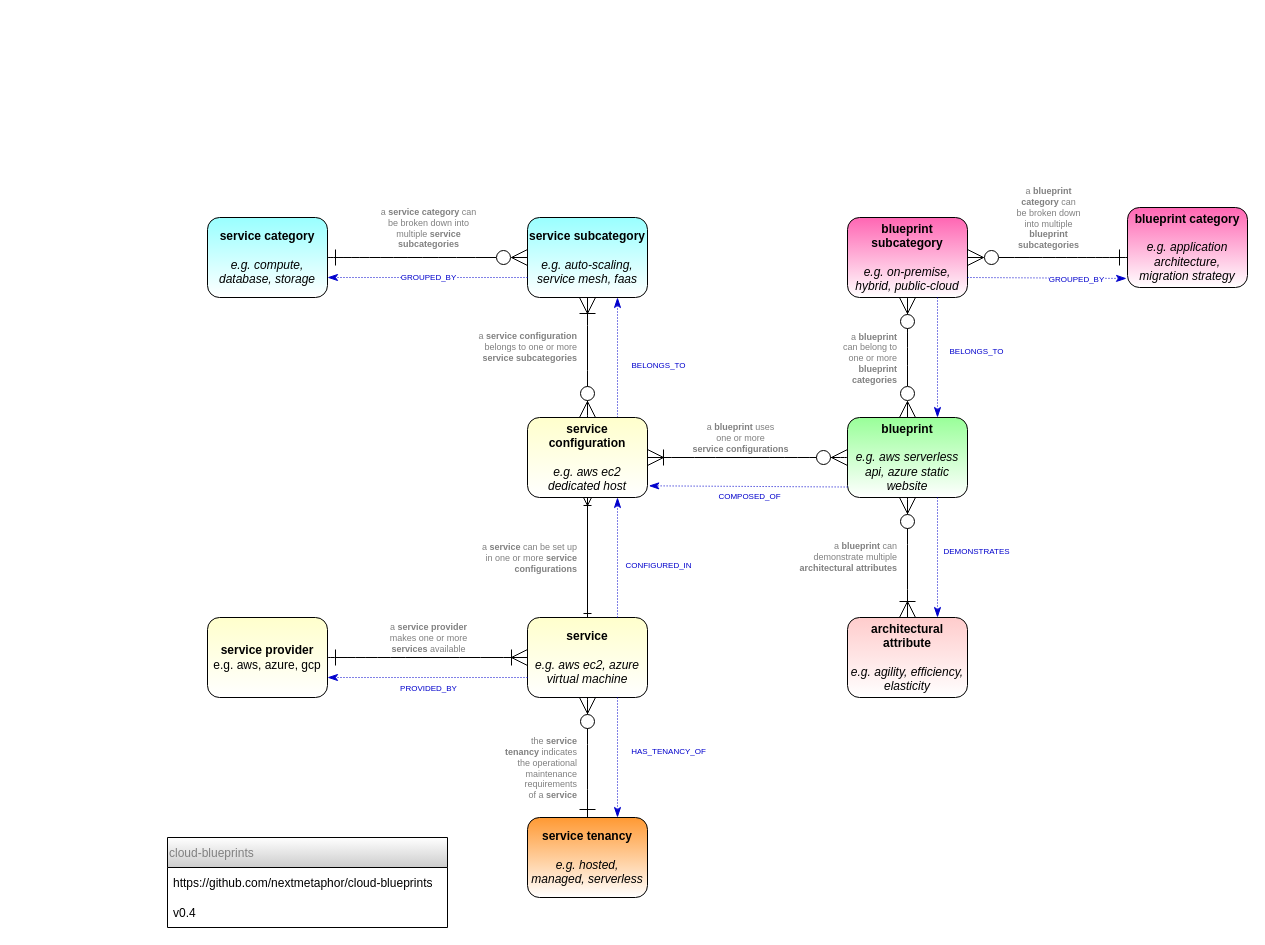
nextmetaphor/cloud-blueprints keeps this draw.io diagram as cloud-blueprints.drawio. Above is the earlier version. Source tidied: cells renumbered, new cells numbered last; positions are measured from the earlier drawing's top-left corner, leaving out a move shared by most shapes. Both pictures are drawn from the tidied source at 100%, with x=0, y=0 at pixel (167, 207).
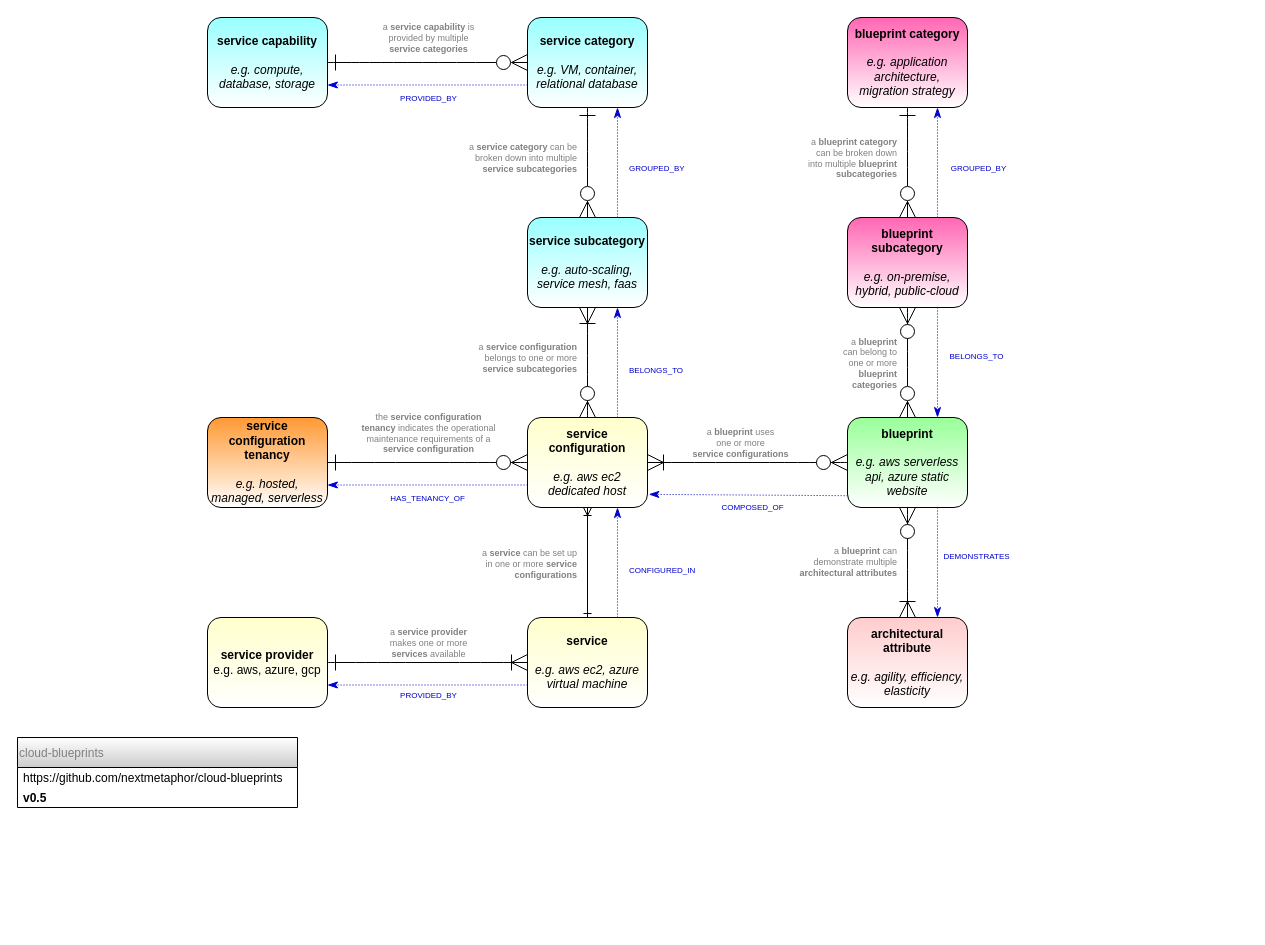
The same diagram, later.

Commit message (it also covers changes not shown here):
addition of service capability concept

Unchanged cells that the change refers to:
```xml
<mxCell id="10" style="edgeStyle=none;curved=1;rounded=0;jettySize=auto;html=1;exitX=0.5;exitY=0;exitDx=0;exitDy=0;entryX=0.5;entryY=1;entryDx=0;entryDy=0;startArrow=ERzeroToMany;startFill=1;endArrow=ERoneToMany;endFill=0;startSize=14;endSize=14;sourcePerimeterSpacing=8;targetPerimeterSpacing=8;strokeColor=default;" parent="1" edge="1" source="48" target="6">
  <mxGeometry relative="1" as="geometry" />
</mxCell>
<mxCell id="36" style="endArrow=classicThin;html=1;startSize=14;endSize=8;sourcePerimeterSpacing=8;targetPerimeterSpacing=8;endFill=1;strokeColor=#0000CC;dashed=1;dashPattern=1 2;entryX=1.011;entryY=0.854;entryDx=0;entryDy=0;entryPerimeter=0;exitX=0.001;exitY=0.869;exitDx=0;exitDy=0;exitPerimeter=0;" parent="1" edge="1" source="21" target="48">
  <mxGeometry relative="1" as="geometry" />
</mxCell>
<mxCell id="38" style="endArrow=classicThin;html=1;startSize=14;endSize=8;sourcePerimeterSpacing=8;targetPerimeterSpacing=8;endFill=1;strokeColor=#0000CC;dashed=1;dashPattern=1 2;entryX=0.75;entryY=1;entryDx=0;entryDy=0;exitX=0.75;exitY=0;exitDx=0;exitDy=0;" parent="1" edge="1" source="48" target="6">
  <mxGeometry relative="1" as="geometry" />
</mxCell>
<mxCell id="49" style="endArrow=classicThin;html=1;startSize=14;endSize=8;sourcePerimeterSpacing=8;targetPerimeterSpacing=8;endFill=1;strokeColor=#0000CC;dashed=1;dashPattern=1 2;entryX=0.75;entryY=1;entryDx=0;entryDy=0;exitX=0.75;exitY=0;exitDx=0;exitDy=0;" parent="1" edge="1" source="16" target="48">
  <mxGeometry relative="1" as="geometry" />
</mxCell>
```

Diff of the diagram source:
```diff
@@
     <mxCell id="2" value="&lt;b&gt;architectural attribute&lt;/b&gt;&lt;br&gt;&lt;br&gt;&lt;i&gt;e.g. agility, efficiency, elasticity&lt;/i&gt;" style="rounded=1;whiteSpace=wrap;html=1;hachureGap=4;gradientDirection=north;gradientColor=#FFCCCC;" parent="1" vertex="1">
-      <mxGeometry x="680" y="410" width="120" height="80" as="geometry" />
+      <mxGeometry x="680" y="410" width="120" height="90" as="geometry" />
     </mxCell>
-    <mxCell id="3" style="edgeStyle=none;curved=1;rounded=0;jettySize=auto;html=1;exitX=1;exitY=0.5;exitDx=0;exitDy=0;entryX=0;entryY=0.5;entryDx=0;entryDy=0;endArrow=ERzeroToMany;startSize=14;endSize=14;sourcePerimeterSpacing=8;targetPerimeterSpacing=8;strokeColor=default;endFill=0;startArrow=ERone;startFill=0;" parent="1" edge="1" source="5" target="6">
+    <mxCell id="3" style="edgeStyle=none;curved=1;rounded=0;jettySize=auto;html=1;exitX=0.5;exitY=1;exitDx=0;exitDy=0;entryX=0.5;entryY=0;entryDx=0;entryDy=0;endArrow=ERzeroToMany;startSize=14;endSize=14;sourcePerimeterSpacing=8;targetPerimeterSpacing=8;strokeColor=default;endFill=0;startArrow=ERone;startFill=0;" parent="1" edge="1" source="5" target="6">
       <mxGeometry relative="1" as="geometry" />
     </mxCell>
-    <mxCell id="4" value="&lt;span style=&quot;font-size: 9px&quot;&gt;a &lt;b style=&quot;font-size: 9px&quot;&gt;service&amp;nbsp;&lt;/b&gt;&lt;/span&gt;&lt;span style=&quot;font-size: 9px&quot;&gt;&lt;b style=&quot;font-size: 9px&quot;&gt;category&amp;nbsp;&lt;/b&gt;&lt;/span&gt;&lt;span style=&quot;font-size: 9px&quot;&gt;can&lt;br&gt;&lt;/span&gt;&lt;span style=&quot;font-size: 9px&quot;&gt;be broken down&amp;nbsp;&lt;/span&gt;&lt;span style=&quot;font-size: 9px&quot;&gt;into&lt;br&gt;multiple&amp;nbsp;&lt;/span&gt;&lt;b style=&quot;font-size: 9px&quot;&gt;service&lt;br&gt;subcategories&lt;/b&gt;" style="edgeLabel;html=1;align=center;verticalAlign=middle;fontColor=#808080;fontSize=9;" parent="3" vertex="1">
+    <mxCell id="4" value="&lt;span style=&quot;font-size: 9px&quot;&gt;a &lt;b style=&quot;font-size: 9px&quot;&gt;service&amp;nbsp;&lt;/b&gt;&lt;/span&gt;&lt;span style=&quot;font-size: 9px&quot;&gt;&lt;b style=&quot;font-size: 9px&quot;&gt;category&amp;nbsp;&lt;/b&gt;&lt;/span&gt;&lt;span style=&quot;font-size: 9px&quot;&gt;can&amp;nbsp;&lt;/span&gt;&lt;span style=&quot;font-size: 9px&quot;&gt;be&lt;br&gt;broken down&amp;nbsp;&lt;/span&gt;&lt;span style=&quot;font-size: 9px&quot;&gt;into multiple&lt;br&gt;&lt;/span&gt;&lt;b style=&quot;font-size: 9px&quot;&gt;service subcategories&lt;/b&gt;" style="edgeLabel;html=1;align=right;verticalAlign=middle;fontColor=#808080;fontSize=9;" parent="3" vertex="1">
       <mxGeometry x="0.01" relative="1" as="geometry">
-        <mxPoint x="-1" y="-30" as="offset" />
+        <mxPoint x="-10" y="-6" as="offset" />
       </mxGeometry>
     </mxCell>
-    <mxCell id="5" value="&lt;b&gt;service category&lt;br&gt;&lt;/b&gt;&lt;br&gt;&lt;i&gt;e.g. compute, database, storage&lt;/i&gt;" style="rounded=1;whiteSpace=wrap;html=1;hachureGap=4;gradientDirection=north;gradientColor=#99FFFF;" parent="1" vertex="1">
-      <mxGeometry x="40" y="10" width="120" height="80" as="geometry" />
+    <mxCell id="5" value="&lt;b&gt;service category&lt;br&gt;&lt;/b&gt;&lt;br&gt;&lt;i&gt;e.g. VM, container, relational database&lt;/i&gt;" style="rounded=1;whiteSpace=wrap;html=1;hachureGap=4;gradientDirection=north;gradientColor=#99FFFF;" parent="1" vertex="1">
+      <mxGeometry x="360" y="-190" width="120" height="90" as="geometry" />
     </mxCell>
     <mxCell id="6" value="&lt;b&gt;service subcategory&lt;br&gt;&lt;/b&gt;&lt;br&gt;&lt;i&gt;e.g. auto-scaling, service mesh, faas&lt;/i&gt;" style="rounded=1;whiteSpace=wrap;html=1;hachureGap=4;gradientDirection=north;gradientColor=#99FFFF;" parent="1" vertex="1">
-      <mxGeometry x="360" y="10" width="120" height="80" as="geometry" />
+      <mxGeometry x="360" y="10" width="120" height="90" as="geometry" />
     </mxCell>
@@
     <mxCell id="9" value="&lt;b&gt;service provider&lt;/b&gt;&lt;br&gt;e.g. aws, azure, gcp" style="rounded=1;whiteSpace=wrap;html=1;hachureGap=4;gradientDirection=north;gradientColor=#FFFFCC;" parent="1" vertex="1">
-      <mxGeometry x="40" y="410" width="120" height="80" as="geometry" />
+      <mxGeometry x="40" y="410" width="120" height="90" as="geometry" />
     </mxCell>
@@
     <mxCell id="11" value="&lt;span style=&quot;font-size: 9px&quot;&gt;a&amp;nbsp;&lt;/span&gt;&lt;b style=&quot;font-size: 9px&quot;&gt;service configuration&lt;br&gt;&lt;/b&gt;&lt;span style=&quot;font-size: 9px&quot;&gt;belongs&amp;nbsp;&lt;/span&gt;&lt;span style=&quot;font-size: 9px&quot;&gt;to one or more&lt;/span&gt;&lt;br style=&quot;font-size: 9px&quot;&gt;&lt;b style=&quot;font-size: 9px&quot;&gt;service subcategories&lt;/b&gt;" style="edgeLabel;html=1;align=right;verticalAlign=middle;fontColor=#808080;fontSize=9;" parent="10" vertex="1">
       <mxGeometry x="-0.09" relative="1" as="geometry">
-        <mxPoint x="-10" y="-16" as="offset" />
+        <mxPoint x="-10" y="-10" as="offset" />
       </mxGeometry>
     </mxCell>
-    <mxCell id="12" style="edgeStyle=none;curved=1;rounded=0;jettySize=auto;html=1;exitX=0.5;exitY=1;exitDx=0;exitDy=0;entryX=0.5;entryY=0;entryDx=0;entryDy=0;endArrow=ERone;endFill=0;startSize=14;endSize=14;sourcePerimeterSpacing=8;targetPerimeterSpacing=8;startArrow=ERzeroToMany;startFill=1;" parent="1" edge="1" source="16" target="31">
+    <mxCell id="12" style="edgeStyle=none;curved=1;rounded=0;jettySize=auto;html=1;exitX=0;exitY=0.5;exitDx=0;exitDy=0;entryX=1;entryY=0.5;entryDx=0;entryDy=0;endArrow=ERone;endFill=0;startSize=14;endSize=14;sourcePerimeterSpacing=8;targetPerimeterSpacing=8;startArrow=ERzeroToMany;startFill=1;" parent="1" edge="1" source="48" target="31">
       <mxGeometry relative="1" as="geometry" />
     </mxCell>
-    <mxCell id="13" value="&lt;span style=&quot;color: rgb(128 , 128 , 128) ; font-size: 9px&quot;&gt;the&amp;nbsp;&lt;b style=&quot;font-size: 9px&quot;&gt;service&lt;br&gt;&lt;/b&gt;&lt;/span&gt;&lt;b style=&quot;color: rgb(128 , 128 , 128) ; font-size: 9px&quot;&gt;tenancy&amp;nbsp;&lt;/b&gt;&lt;span style=&quot;color: rgb(128 , 128 , 128) ; font-size: 9px&quot;&gt;indicates&lt;br&gt;the operational&lt;br&gt;maintenance&lt;br&gt;requirements&lt;br style=&quot;font-size: 9px&quot;&gt;&lt;/span&gt;&lt;span style=&quot;color: rgb(128 , 128 , 128) ; font-size: 9px&quot;&gt;of a &lt;/span&gt;&lt;b style=&quot;color: rgb(128 , 128 , 128) ; font-size: 9px&quot;&gt;service&lt;/b&gt;" style="edgeLabel;html=1;align=right;verticalAlign=middle;fontSize=9;" parent="12" vertex="1">
+    <mxCell id="13" value="&lt;span style=&quot;color: rgb(128 , 128 , 128) ; font-size: 9px&quot;&gt;the &lt;b&gt;service configuration&lt;br&gt;&lt;/b&gt;&lt;/span&gt;&lt;span style=&quot;color: rgb(128 , 128 , 128) ; font-size: 9px&quot;&gt;&lt;b&gt;tenancy&amp;nbsp;&lt;/b&gt;&lt;/span&gt;&lt;span style=&quot;color: rgb(128 , 128 , 128) ; font-size: 9px&quot;&gt;indicates the operational&lt;br&gt;maintenance requirements&amp;nbsp;&lt;/span&gt;&lt;span style=&quot;color: rgb(128 , 128 , 128) ; font-size: 9px&quot;&gt;of a&lt;br&gt;&lt;/span&gt;&lt;b style=&quot;color: rgb(128 , 128 , 128) ; font-size: 9px&quot;&gt;service configuration&lt;/b&gt;" style="edgeLabel;html=1;align=center;verticalAlign=middle;fontSize=9;" parent="12" vertex="1">
       <mxGeometry x="0.29" y="1" relative="1" as="geometry">
-        <mxPoint x="-11" y="-7" as="offset" />
+        <mxPoint x="29" y="-31" as="offset" />
       </mxGeometry>
     </mxCell>
@@
     <mxCell id="16" value="&lt;b&gt;service&lt;/b&gt;&lt;br&gt;&lt;br&gt;&lt;i&gt;e.g. aws ec2, azure virtual machine&lt;/i&gt;" style="rounded=1;whiteSpace=wrap;html=1;hachureGap=4;gradientDirection=north;gradientColor=#FFFFCC;" parent="1" vertex="1">
-      <mxGeometry x="360" y="410" width="120" height="80" as="geometry" />
+      <mxGeometry x="360" y="410" width="120" height="90" as="geometry" />
     </mxCell>
@@
     <mxCell id="21" value="&lt;b&gt;blueprint&lt;/b&gt;&lt;br&gt;&lt;br&gt;&lt;i&gt;e.g. aws serverless api, azure static website&lt;/i&gt;" style="rounded=1;whiteSpace=wrap;html=1;hachureGap=4;gradientDirection=north;gradientColor=#99FF99;" parent="1" vertex="1">
-      <mxGeometry x="680" y="210" width="120" height="80" as="geometry" />
+      <mxGeometry x="680" y="210" width="120" height="90" as="geometry" />
     </mxCell>
     <mxCell id="22" value="cloud-blueprints" style="swimlane;fontStyle=0;horizontal=1;startSize=30;hachureGap=4;fontColor=#808080;gradientDirection=south;align=left;gradientColor=#CCCCCC;" parent="1" vertex="1">
-      <mxGeometry y="630" width="280" height="90" as="geometry" />
+      <mxGeometry x="-150" y="530" width="280" height="70" as="geometry" />
     </mxCell>
     <mxCell id="23" value="https://github.com/nextmetaphor/cloud-blueprints" style="text;strokeColor=none;fillColor=none;align=left;verticalAlign=middle;spacingLeft=4;spacingRight=4;overflow=hidden;fontStyle=0;" parent="22" vertex="1">
-      <mxGeometry y="30" width="280" height="30" as="geometry" />
+      <mxGeometry y="30" width="280" height="20" as="geometry" />
     </mxCell>
-    <mxCell id="24" value="v0.4" style="text;strokeColor=none;fillColor=none;align=left;verticalAlign=middle;spacingLeft=4;spacingRight=4;overflow=hidden;" parent="22" vertex="1">
-      <mxGeometry y="60" width="280" height="30" as="geometry" />
+    <mxCell id="24" value="v0.5" style="text;strokeColor=none;fillColor=none;align=left;verticalAlign=middle;spacingLeft=4;spacingRight=4;overflow=hidden;fontStyle=1;" parent="22" vertex="1">
+      <mxGeometry y="50" width="280" height="20" as="geometry" />
     </mxCell>
-    <mxCell id="25" style="edgeStyle=none;curved=1;rounded=0;jettySize=auto;html=1;exitX=0;exitY=0.625;exitDx=0;exitDy=0;entryX=1;entryY=0.5;entryDx=0;entryDy=0;endArrow=ERzeroToMany;startSize=14;endSize=14;sourcePerimeterSpacing=8;targetPerimeterSpacing=8;endFill=0;startArrow=ERone;startFill=0;exitPerimeter=0;" parent="1" edge="1" source="27" target="30">
+    <mxCell id="25" style="edgeStyle=none;curved=1;rounded=0;jettySize=auto;html=1;exitX=0.5;exitY=1;exitDx=0;exitDy=0;entryX=0.5;entryY=0;entryDx=0;entryDy=0;endArrow=ERzeroToMany;startSize=14;endSize=14;sourcePerimeterSpacing=8;targetPerimeterSpacing=8;endFill=0;startArrow=ERone;startFill=0;" parent="1" edge="1" source="27" target="30">
       <mxGeometry relative="1" as="geometry" />
     </mxCell>
-    <mxCell id="26" value="&lt;span style=&quot;color: rgb(128 , 128 , 128) ; font-size: 9px&quot;&gt;a&amp;nbsp;&lt;b style=&quot;font-size: 9px&quot;&gt;blueprint&lt;br style=&quot;font-size: 9px&quot;&gt;&lt;/b&gt;&lt;/span&gt;&lt;span style=&quot;color: rgb(128 , 128 , 128) ; font-size: 9px&quot;&gt;&lt;b style=&quot;font-size: 9px&quot;&gt;category&amp;nbsp;&lt;/b&gt;&lt;/span&gt;&lt;span style=&quot;color: rgb(128 , 128 , 128) ; font-size: 9px&quot;&gt;can&lt;br style=&quot;font-size: 9px&quot;&gt;&lt;/span&gt;&lt;span style=&quot;color: rgb(128 , 128 , 128) ; font-size: 9px&quot;&gt;be broken down&lt;br style=&quot;font-size: 9px&quot;&gt;&lt;/span&gt;&lt;span style=&quot;color: rgb(128 , 128 , 128) ; font-size: 9px&quot;&gt;into multiple&lt;br style=&quot;font-size: 9px&quot;&gt;&lt;/span&gt;&lt;b style=&quot;color: rgb(128 , 128 , 128) ; font-size: 9px&quot;&gt;blueprint&lt;br style=&quot;font-size: 9px&quot;&gt;subcategories&lt;/b&gt;" style="edgeLabel;html=1;align=center;verticalAlign=middle;fontSize=9;" parent="25" vertex="1">
+    <mxCell id="26" value="&lt;span style=&quot;color: rgb(128 , 128 , 128) ; font-size: 9px&quot;&gt;a&amp;nbsp;&lt;b style=&quot;font-size: 9px&quot;&gt;blueprint&amp;nbsp;&lt;/b&gt;&lt;/span&gt;&lt;span style=&quot;color: rgb(128 , 128 , 128) ; font-size: 9px&quot;&gt;&lt;span style=&quot;font-size: 9px&quot;&gt;&lt;b&gt;category&lt;br&gt;&lt;/b&gt;&lt;/span&gt;&lt;/span&gt;&lt;span style=&quot;color: rgb(128 , 128 , 128) ; font-size: 9px&quot;&gt;can&amp;nbsp;&lt;/span&gt;&lt;span style=&quot;color: rgb(128 , 128 , 128) ; font-size: 9px&quot;&gt;be broken down&lt;br style=&quot;font-size: 9px&quot;&gt;&lt;/span&gt;&lt;span style=&quot;color: rgb(128 , 128 , 128) ; font-size: 9px&quot;&gt;into multiple&amp;nbsp;&lt;/span&gt;&lt;b style=&quot;color: rgb(128 , 128 , 128) ; font-size: 9px&quot;&gt;blueprint&lt;br style=&quot;font-size: 9px&quot;&gt;subcategories&lt;/b&gt;" style="edgeLabel;html=1;align=right;verticalAlign=middle;fontSize=9;" parent="25" vertex="1">
       <mxGeometry x="-0.16" y="1" relative="1" as="geometry">
-        <mxPoint x="-13" y="-41" as="offset" />
+        <mxPoint x="-11" y="4" as="offset" />
       </mxGeometry>
     </mxCell>
     <mxCell id="27" value="&lt;b&gt;blueprint category&lt;br&gt;&lt;/b&gt;&lt;br&gt;&lt;i&gt;e.g. application architecture, migration strategy&lt;/i&gt;" style="rounded=1;whiteSpace=wrap;html=1;hachureGap=4;gradientDirection=north;gradientColor=#FF66B3;" parent="1" vertex="1">
-      <mxGeometry x="960" width="120" height="80" as="geometry" />
+      <mxGeometry x="680" y="-190" width="120" height="90" as="geometry" />
     </mxCell>
@@
     <mxCell id="30" value="&lt;b&gt;blueprint subcategory&lt;br&gt;&lt;/b&gt;&lt;br&gt;&lt;i&gt;e.g. on-premise, hybrid, public-cloud&lt;/i&gt;" style="rounded=1;whiteSpace=wrap;html=1;hachureGap=4;gradientDirection=north;gradientColor=#FF66B3;" parent="1" vertex="1">
-      <mxGeometry x="680" y="10" width="120" height="80" as="geometry" />
+      <mxGeometry x="680" y="10" width="120" height="90" as="geometry" />
     </mxCell>
-    <mxCell id="31" value="&lt;b&gt;service tenancy&lt;/b&gt;&lt;br&gt;&lt;br&gt;&lt;i&gt;e.g. hosted, managed, serverless&lt;/i&gt;" style="rounded=1;whiteSpace=wrap;html=1;hachureGap=4;gradientDirection=north;gradientColor=#FF9933;" parent="1" vertex="1">
-      <mxGeometry x="360" y="610" width="120" height="80" as="geometry" />
+    <mxCell id="31" value="&lt;b&gt;service configuration tenancy&lt;/b&gt;&lt;br&gt;&lt;br&gt;&lt;i&gt;e.g. hosted, managed, serverless&lt;/i&gt;" style="rounded=1;whiteSpace=wrap;html=1;hachureGap=4;gradientDirection=north;gradientColor=#FF9933;" parent="1" vertex="1">
+      <mxGeometry x="40" y="210" width="120" height="90" as="geometry" />
     </mxCell>
-    <mxCell id="32" style="endArrow=classicThin;html=1;startSize=14;endSize=8;sourcePerimeterSpacing=8;targetPerimeterSpacing=8;endFill=1;strokeColor=#0000CC;dashed=1;dashPattern=1 2;entryX=-0.008;entryY=0.887;entryDx=0;entryDy=0;entryPerimeter=0;exitX=1;exitY=0.75;exitDx=0;exitDy=0;" parent="1" edge="1" source="30" target="27">
+    <mxCell id="32" style="endArrow=classicThin;html=1;startSize=14;endSize=8;sourcePerimeterSpacing=8;targetPerimeterSpacing=8;endFill=1;strokeColor=#0000CC;dashed=1;dashPattern=1 2;entryX=0.75;entryY=1;entryDx=0;entryDy=0;exitX=0.75;exitY=0;exitDx=0;exitDy=0;" parent="1" edge="1" source="30" target="27">
       <mxGeometry relative="1" as="geometry" />
     </mxCell>
     <mxCell id="33" value="GROUPED_BY" style="edgeLabel;html=1;align=center;verticalAlign=middle;fontSize=8;fontColor=#0000CC;" parent="32" vertex="1">
       <mxGeometry x="-0.12" y="-1" relative="1" as="geometry">
-        <mxPoint x="39" as="offset" />
+        <mxPoint x="39" y="-2" as="offset" />
       </mxGeometry>
     </mxCell>
@@
     <mxCell id="37" value="COMPOSED_OF" style="edgeLabel;html=1;align=center;verticalAlign=middle;fontSize=8;fontColor=#0000CC;" parent="36" vertex="1">
       <mxGeometry x="-0.12" y="-1" relative="1" as="geometry">
-        <mxPoint x="-12" y="11" as="offset" />
+        <mxPoint x="-9" y="13" as="offset" />
       </mxGeometry>
     </mxCell>
@@
-    <mxCell id="39" value="BELONGS_TO" style="edgeLabel;html=1;align=center;verticalAlign=middle;fontSize=8;fontColor=#0000CC;" parent="38" vertex="1">
+    <mxCell id="39" value="BELONGS_TO" style="edgeLabel;html=1;align=left;verticalAlign=middle;fontSize=8;fontColor=#0000CC;" parent="38" vertex="1">
       <mxGeometry x="-0.12" y="-1" relative="1" as="geometry">
-        <mxPoint x="39" as="offset" />
+        <mxPoint x="9" as="offset" />
       </mxGeometry>
     </mxCell>
-    <mxCell id="40" style="endArrow=classicThin;html=1;startSize=14;endSize=8;sourcePerimeterSpacing=8;targetPerimeterSpacing=8;endFill=1;strokeColor=#0000CC;dashed=1;dashPattern=1 2;entryX=1;entryY=0.75;entryDx=0;entryDy=0;exitX=0;exitY=0.75;exitDx=0;exitDy=0;" parent="1" edge="1" source="6" target="5">
+    <mxCell id="40" style="endArrow=classicThin;html=1;startSize=14;endSize=8;sourcePerimeterSpacing=8;targetPerimeterSpacing=8;endFill=1;strokeColor=#0000CC;dashed=1;dashPattern=1 2;entryX=0.75;entryY=1;entryDx=0;entryDy=0;exitX=0.75;exitY=0;exitDx=0;exitDy=0;" parent="1" edge="1" source="6" target="5">
       <mxGeometry relative="1" as="geometry" />
     </mxCell>
-    <mxCell id="41" value="GROUPED_BY" style="edgeLabel;html=1;align=center;verticalAlign=middle;fontSize=8;fontColor=#0000CC;" parent="40" vertex="1">
+    <mxCell id="41" value="GROUPED_BY" style="edgeLabel;html=1;align=left;verticalAlign=middle;fontSize=8;fontColor=#0000CC;" parent="40" vertex="1">
       <mxGeometry x="-0.12" y="-1" relative="1" as="geometry">
-        <mxPoint x="-12" as="offset" />
+        <mxPoint x="9" y="-2" as="offset" />
       </mxGeometry>
     </mxCell>
@@
-    <mxCell id="46" style="endArrow=classicThin;html=1;startSize=14;endSize=8;sourcePerimeterSpacing=8;targetPerimeterSpacing=8;endFill=1;strokeColor=#0000CC;dashed=1;dashPattern=1 2;entryX=0.75;entryY=0;entryDx=0;entryDy=0;exitX=0.75;exitY=1;exitDx=0;exitDy=0;" parent="1" edge="1" source="16" target="31">
+    <mxCell id="46" style="endArrow=classicThin;html=1;startSize=14;endSize=8;sourcePerimeterSpacing=8;targetPerimeterSpacing=8;endFill=1;strokeColor=#0000CC;dashed=1;dashPattern=1 2;entryX=1;entryY=0.75;entryDx=0;entryDy=0;exitX=0;exitY=0.75;exitDx=0;exitDy=0;" parent="1" edge="1" source="48" target="31">
       <mxGeometry relative="1" as="geometry" />
     </mxCell>
     <mxCell id="47" value="HAS_TENANCY_OF" style="edgeLabel;html=1;align=center;verticalAlign=middle;fontSize=8;fontColor=#0000CC;" parent="46" vertex="1">
       <mxGeometry x="-0.12" y="-1" relative="1" as="geometry">
-        <mxPoint x="51" as="offset" />
+        <mxPoint x="-13" y="14" as="offset" />
       </mxGeometry>
     </mxCell>
     <mxCell id="48" value="&lt;b&gt;service configuration&lt;/b&gt;&lt;br&gt;&lt;br&gt;&lt;i&gt;e.g. aws ec2 dedicated host&lt;/i&gt;" style="rounded=1;whiteSpace=wrap;html=1;hachureGap=4;gradientDirection=north;gradientColor=#FFFFCC;" parent="1" vertex="1">
-      <mxGeometry x="360" y="210" width="120" height="80" as="geometry" />
+      <mxGeometry x="360" y="210" width="120" height="90" as="geometry" />
     </mxCell>
@@
-    <mxCell id="50" value="CONFIGURED_IN" style="edgeLabel;html=1;align=center;verticalAlign=middle;fontSize=8;fontColor=#0000CC;" parent="49" vertex="1">
+    <mxCell id="50" value="CONFIGURED_IN" style="edgeLabel;html=1;align=left;verticalAlign=middle;fontSize=8;fontColor=#0000CC;" parent="49" vertex="1">
       <mxGeometry x="-0.12" y="-1" relative="1" as="geometry">
-        <mxPoint x="39" as="offset" />
+        <mxPoint x="9" as="offset" />
       </mxGeometry>
     </mxCell>
+    <mxCell id="51" value="&lt;b&gt;service capability&lt;br&gt;&lt;/b&gt;&lt;br&gt;&lt;i&gt;e.g. compute, database, storage&lt;/i&gt;" style="rounded=1;whiteSpace=wrap;html=1;hachureGap=4;gradientDirection=north;gradientColor=#99FFFF;" parent="1" vertex="1">
+      <mxGeometry x="40" y="-190" width="120" height="90" as="geometry" />
+    </mxCell>
+    <mxCell id="52" style="edgeStyle=none;curved=1;rounded=0;jettySize=auto;html=1;exitX=1;exitY=0.5;exitDx=0;exitDy=0;entryX=0;entryY=0.5;entryDx=0;entryDy=0;endArrow=ERzeroToMany;startSize=14;endSize=14;sourcePerimeterSpacing=8;targetPerimeterSpacing=8;strokeColor=default;endFill=0;startArrow=ERone;startFill=0;" parent="1" edge="1" source="51" target="5">
+      <mxGeometry relative="1" as="geometry" />
+    </mxCell>
+    <mxCell id="53" value="&lt;span style=&quot;font-size: 9px&quot;&gt;a &lt;b style=&quot;font-size: 9px&quot;&gt;service&amp;nbsp;&lt;/b&gt;&lt;/span&gt;&lt;span style=&quot;font-size: 9px&quot;&gt;&lt;b style=&quot;font-size: 9px&quot;&gt;capability&amp;nbsp;&lt;/b&gt;&lt;/span&gt;&lt;span style=&quot;font-size: 9px&quot;&gt;is&lt;br&gt;provided&amp;nbsp;&lt;/span&gt;&lt;span style=&quot;font-size: 9px&quot;&gt;by multiple&lt;br&gt;&lt;/span&gt;&lt;b style=&quot;font-size: 9px&quot;&gt;service categories&lt;/b&gt;" style="edgeLabel;html=1;align=center;verticalAlign=middle;fontColor=#808080;fontSize=9;" parent="52" vertex="1">
+      <mxGeometry x="0.01" relative="1" as="geometry">
+        <mxPoint x="-1" y="-25" as="offset" />
+      </mxGeometry>
+    </mxCell>
+    <mxCell id="54" style="endArrow=classicThin;html=1;startSize=14;endSize=8;sourcePerimeterSpacing=8;targetPerimeterSpacing=8;endFill=1;strokeColor=#0000CC;dashed=1;dashPattern=1 2;entryX=1;entryY=0.75;entryDx=0;entryDy=0;exitX=0;exitY=0.75;exitDx=0;exitDy=0;" parent="1" edge="1" source="5" target="51">
+      <mxGeometry relative="1" as="geometry" />
+    </mxCell>
+    <mxCell id="55" value="PROVIDED_BY" style="edgeLabel;html=1;align=center;verticalAlign=middle;fontSize=8;fontColor=#0000CC;" parent="54" vertex="1">
+      <mxGeometry x="-0.12" y="-1" relative="1" as="geometry">
+        <mxPoint x="-12" y="14" as="offset" />
+      </mxGeometry>
+    </mxCell>
```
